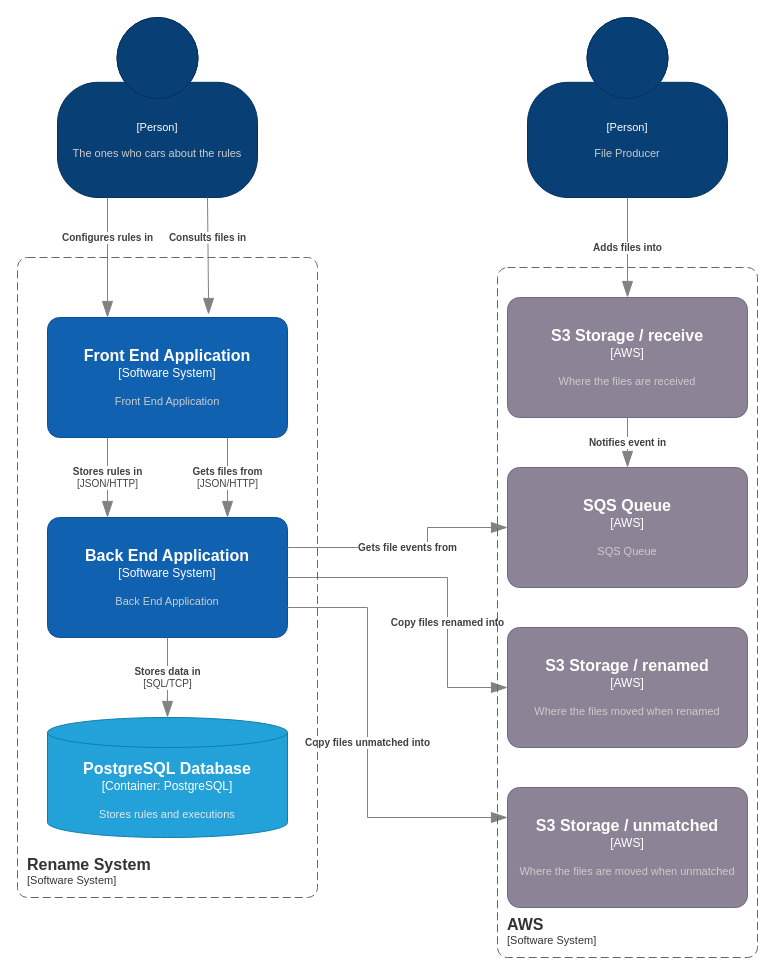
The draw.io diagram docs/architecture.drawio in gdguerrerog/Renombramiento-Inteligente-de-Archivos-en-S3, before the edit. Source tidied: cells renumbered, new cells numbered last; positions are measured from the earlier drawing's top-left corner, leaving out a move shared by most shapes. Both pictures are drawn from the tidied source at 100%, with x=0, y=0 at pixel (17, 17).
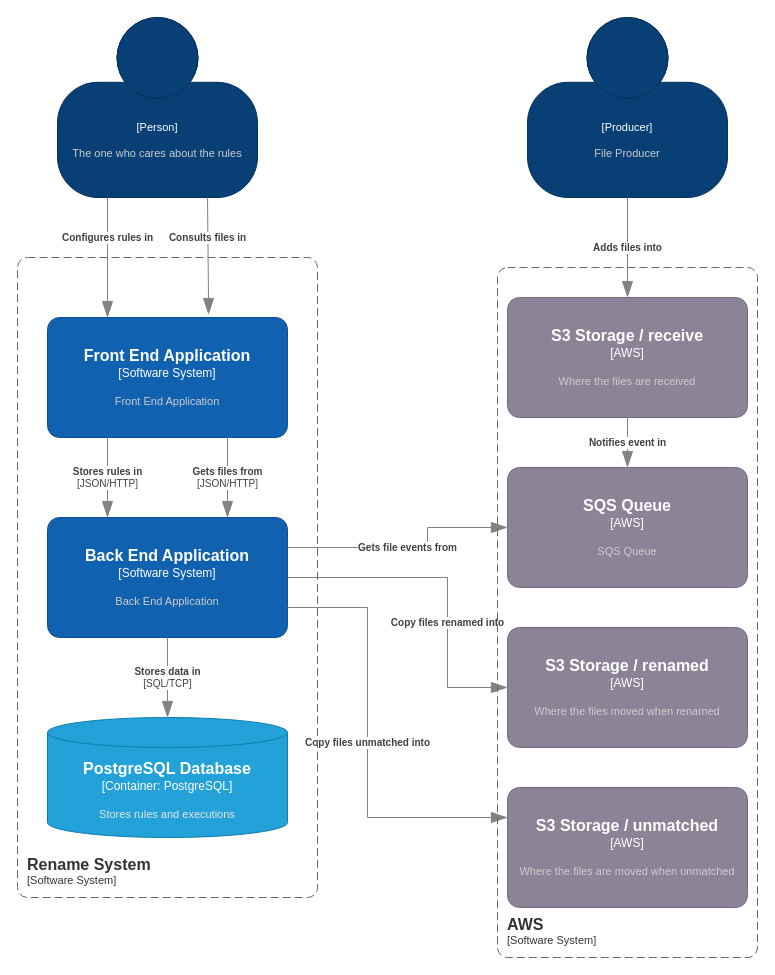
The same diagram, later.

Diff of the diagram source:
```diff
@@
-    <object id="2" label="&lt;font style=&quot;font-size: 16px&quot;&gt;&lt;b&gt;%c4Name%&lt;/b&gt;&lt;/font&gt;&lt;div&gt;[%c4Type%]&lt;/div&gt;&lt;br&gt;&lt;div&gt;&lt;font style=&quot;font-size: 11px&quot;&gt;&lt;font color=&quot;#cccccc&quot;&gt;%c4Description%&lt;/font&gt;&lt;/div&gt;" c4Description="The ones who cars about the rules" c4Name="" c4Type="Person" placeholders="1">
+    <object id="2" label="&lt;font style=&quot;font-size: 16px&quot;&gt;&lt;b&gt;%c4Name%&lt;/b&gt;&lt;/font&gt;&lt;div&gt;[%c4Type%]&lt;/div&gt;&lt;br&gt;&lt;div&gt;&lt;font style=&quot;font-size: 11px&quot;&gt;&lt;font color=&quot;#cccccc&quot;&gt;%c4Description%&lt;/font&gt;&lt;/div&gt;" c4Description="The one who cares about the rules" c4Name="" c4Type="Person" placeholders="1">
       <mxCell style="html=1;fontSize=11;dashed=0;whiteSpace=wrap;fillColor=#083F75;strokeColor=#06315C;fontColor=#ffffff;shape=mxgraph.c4.person2;align=center;points=[[0.5,0,0],[1,0.5,0],[1,0.75,0],[0.75,1,0],[0.5,1,0],[0.25,1,0],[0,0.75,0],[0,0.5,0]];" parent="1" vertex="1">
         <mxGeometry x="40" width="200" height="180" as="geometry" />
       </mxCell>
     </object>
-    <object id="3" label="&lt;font style=&quot;font-size: 16px&quot;&gt;&lt;b&gt;%c4Name%&lt;/b&gt;&lt;/font&gt;&lt;div&gt;[%c4Type%]&lt;/div&gt;&lt;br&gt;&lt;div&gt;&lt;font style=&quot;font-size: 11px&quot;&gt;&lt;font color=&quot;#cccccc&quot;&gt;%c4Description%&lt;/font&gt;&lt;/div&gt;" c4Description="File Producer" c4Name="" c4Type="Person" placeholders="1">
+    <object id="3" label="&lt;font style=&quot;font-size: 16px&quot;&gt;&lt;b&gt;%c4Name%&lt;/b&gt;&lt;/font&gt;&lt;div&gt;[%c4Type%]&lt;/div&gt;&lt;br&gt;&lt;div&gt;&lt;font style=&quot;font-size: 11px&quot;&gt;&lt;font color=&quot;#cccccc&quot;&gt;%c4Description%&lt;/font&gt;&lt;/div&gt;" c4Description="File Producer" c4Name="" c4Type="Producer" placeholders="1">
       <mxCell style="html=1;fontSize=11;dashed=0;whiteSpace=wrap;fillColor=#083F75;strokeColor=#06315C;fontColor=#ffffff;shape=mxgraph.c4.person2;align=center;points=[[0.5,0,0],[1,0.5,0],[1,0.75,0],[0.75,1,0],[0.5,1,0],[0.25,1,0],[0,0.75,0],[0,0.5,0]];" parent="1" vertex="1">
         <mxGeometry x="510" width="200" height="180" as="geometry" />
       </mxCell>
     </object>
```
